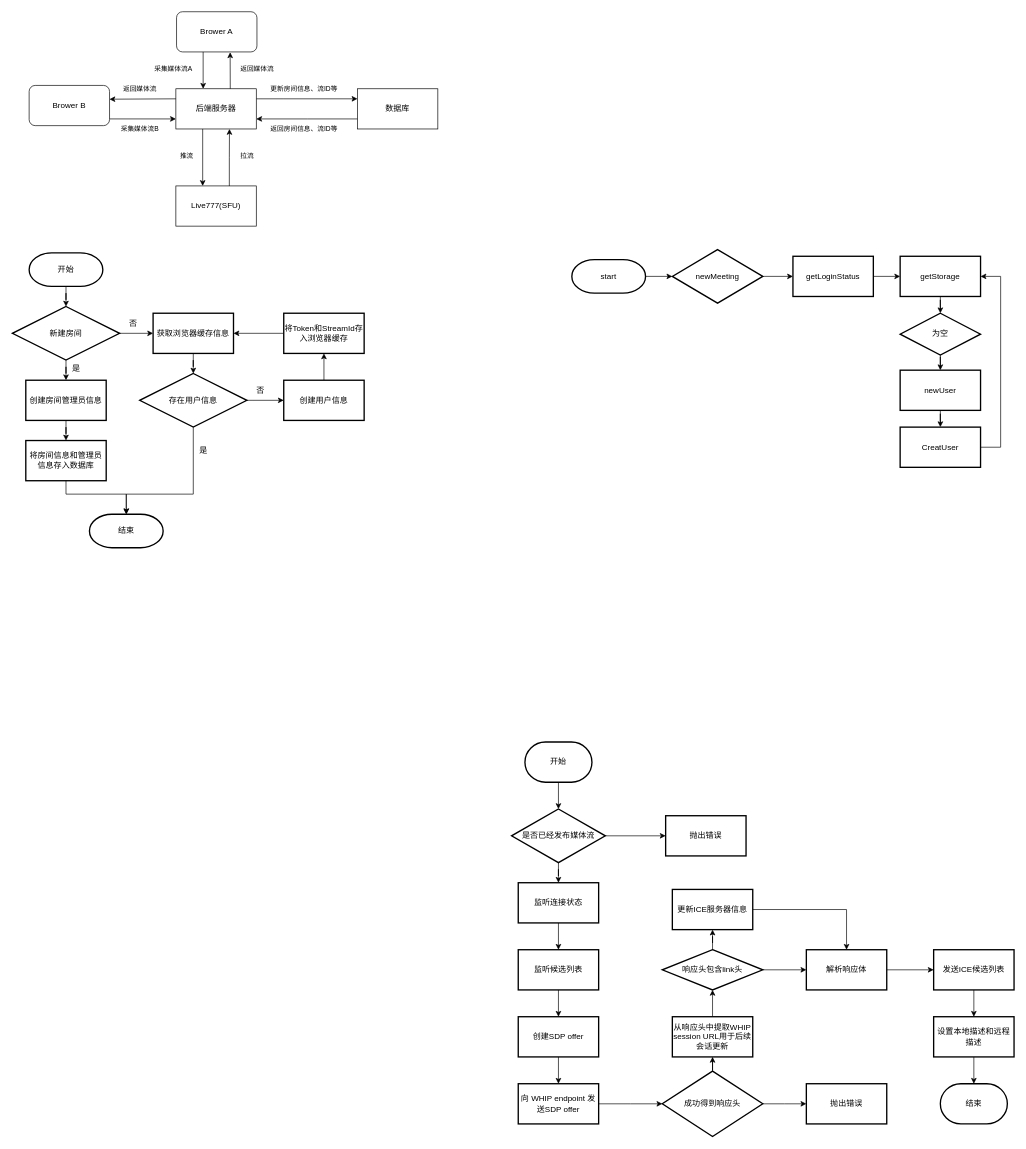
The draw.io diagram webrtc.drawio in xdzqyyds/draw.io, before the edit. Source tidied: cells renumbered, new cells numbered last; positions are measured from the earlier drawing's top-left corner, leaving out a move shared by most shapes. Both pictures are drawn from the tidied source at 67%, with x=0, y=0 at pixel (12, 11).
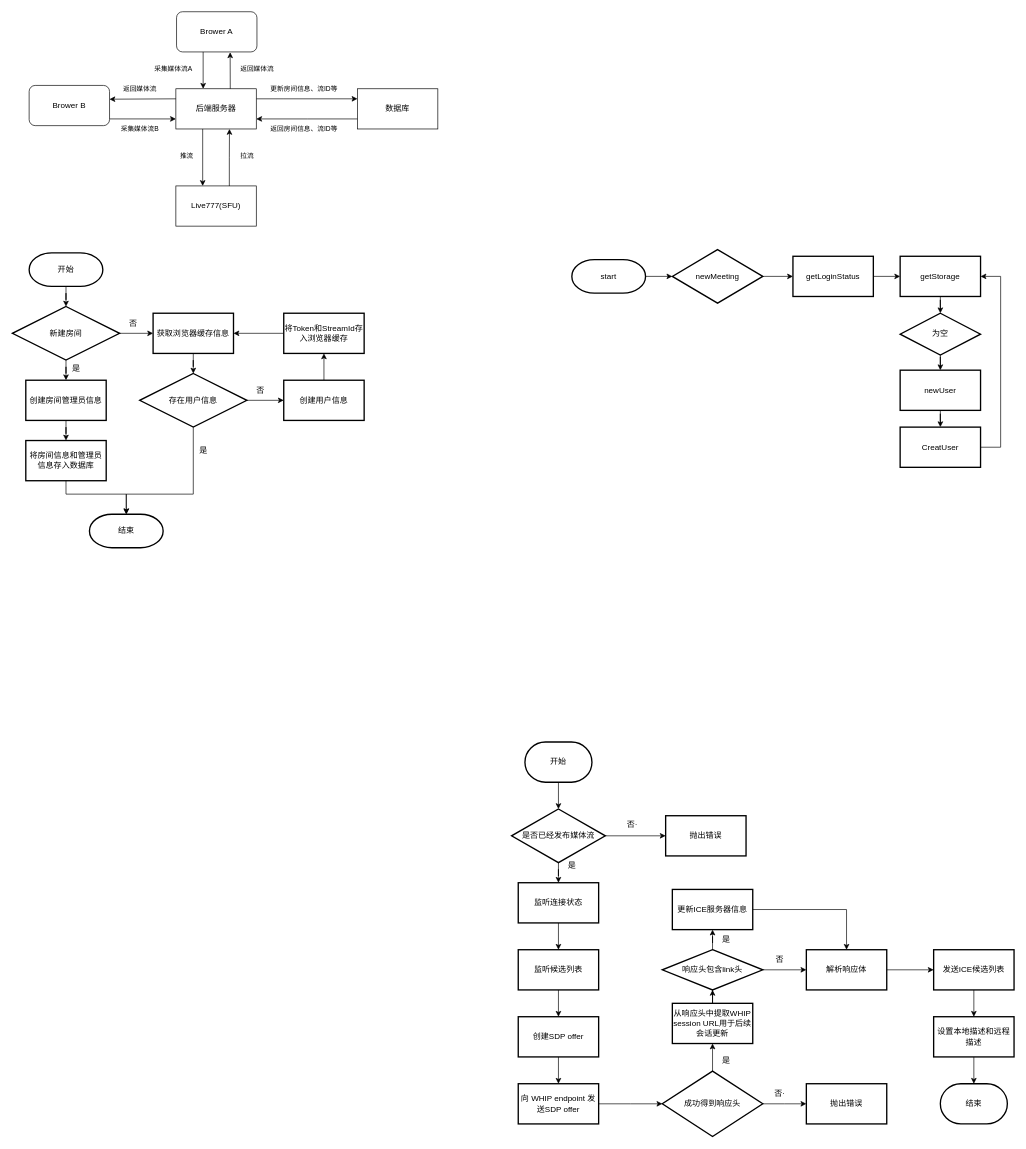
The same diagram, later.

Change to the diagram source:
```diff
@@
     <mxCell id="78" value="从响应头中提取WHIP session URL用于后续会话更新" style="whiteSpace=wrap;html=1;strokeWidth=2;" parent="1" vertex="1">
-      <mxGeometry x="985" y="1500" width="120" height="60" as="geometry" />
+      <mxGeometry x="985" y="1480" width="120" height="60" as="geometry" />
     </mxCell>
@@
+    <mxCell id="92" value="否·" style="text;html=1;align=center;verticalAlign=middle;strokeColor=none;fillColor=none;" parent="1" vertex="1">
+      <mxGeometry x="905" y="1198" width="40" height="30" as="geometry" />
+    </mxCell>
+    <mxCell id="93" value="是" style="text;html=1;align=center;verticalAlign=middle;strokeColor=none;fillColor=none;" parent="1" vertex="1">
+      <mxGeometry x="815" y="1260" width="40" height="30" as="geometry" />
+    </mxCell>
+    <mxCell id="94" value="否·" style="text;html=1;align=center;verticalAlign=middle;strokeColor=none;fillColor=none;" parent="1" vertex="1">
+      <mxGeometry x="1125" y="1600" width="40" height="30" as="geometry" />
+    </mxCell>
+    <mxCell id="95" value="是" style="text;html=1;align=center;verticalAlign=middle;strokeColor=none;fillColor=none;" parent="1" vertex="1">
+      <mxGeometry x="1045" y="1551.2" width="40" height="30" as="geometry" />
+    </mxCell>
+    <mxCell id="96" value="否" style="text;html=1;align=center;verticalAlign=middle;strokeColor=none;fillColor=none;" parent="1" vertex="1">
+      <mxGeometry x="1125" y="1400" width="40" height="30" as="geometry" />
+    </mxCell>
+    <mxCell id="97" value="是" style="text;html=1;align=center;verticalAlign=middle;strokeColor=none;fillColor=none;" parent="1" vertex="1">
+      <mxGeometry x="1045" y="1370" width="40" height="30" as="geometry" />
+    </mxCell>
```
